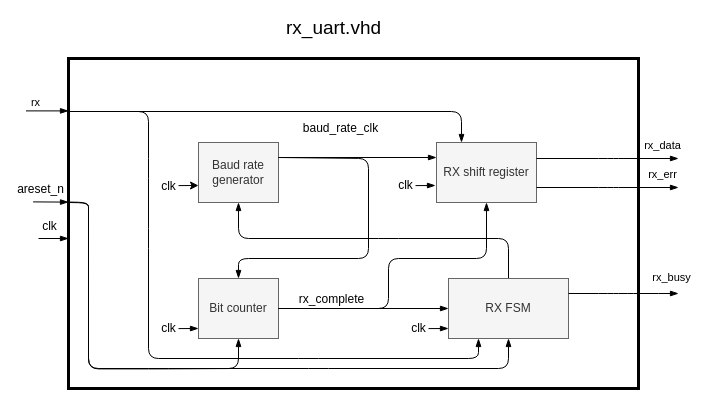
Earlier version of the draw.io diagram fys4220-jbook/graphics/project_rx_uart_architecture.drawio (fys4220/fys4220.github.io). Source tidied: cells renumbered, new cells numbered last; positions are measured from the earlier drawing's top-left corner, leaving out a move shared by most shapes. Both pictures are drawn from the tidied source at 100%, with x=0, y=0 at pixel (26, 18).
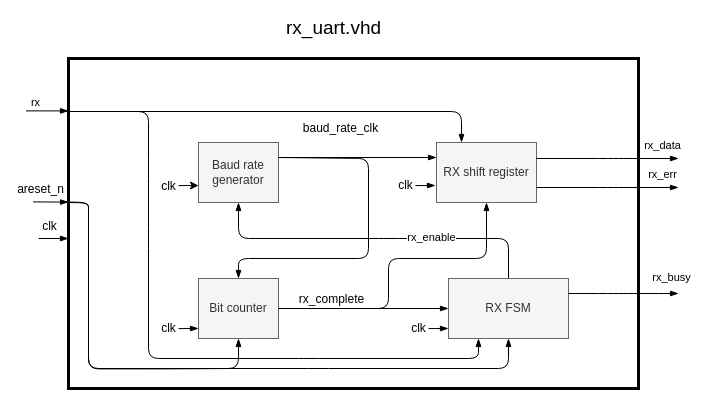
Above is the later version.

Unchanged cells that the change refers to:
```xml
<mxCell id="6" style="edgeStyle=none;html=1;exitX=0.5;exitY=0;exitDx=0;exitDy=0;entryX=0.5;entryY=1;entryDx=0;entryDy=0;endArrow=blockThin;endFill=1;" parent="1" edge="1" source="7" target="3">
  <mxGeometry relative="1" as="geometry">
    <Array as="points">
      <mxPoint x="482" y="220" />
      <mxPoint x="362" y="220" />
      <mxPoint x="212" y="220" />
    </Array>
  </mxGeometry>
</mxCell>
```

Diff of the diagram source:
```diff
@@
+    <mxCell id="39" value="rx_enable" style="edgeLabel;html=1;align=center;verticalAlign=middle;" parent="6" vertex="1">
+      <mxGeometry x="-0.32" y="-2" relative="1" as="geometry" />
+    </mxCell>
```
